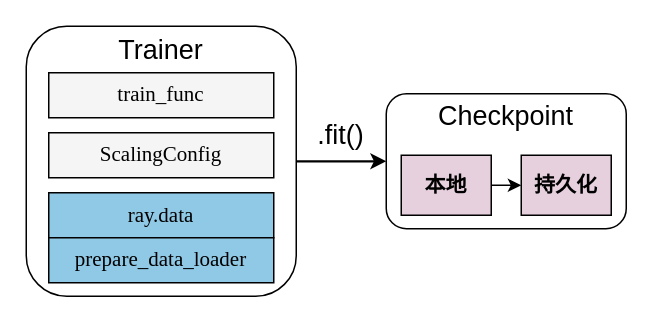
Before: drawio/ch-ray-train-tune/ray-train-key-parts.drawio in godaai/scale-py-zh, a draw.io diagram. Source tidied: cells renumbered, new cells numbered last; positions are measured from the earlier drawing's top-left corner, leaving out a move shared by most shapes. Both pictures are drawn from the tidied source at 150%, with x=0, y=0 at pixel (26, 26).
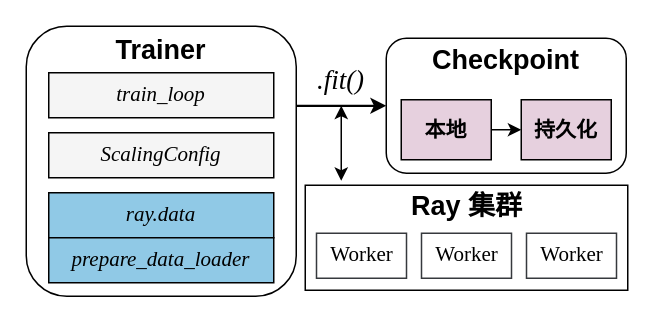
The same page after the edit.

Commit message (it also covers changes not shown here):
add Ray Train and Tune (#30)

The change refers to these unchanged cells:
```xml
<mxCell id="2" style="rounded=1;whiteSpace=wrap;html=1;fillColor=none;" parent="1" vertex="1">
  <mxGeometry width="180" height="180" as="geometry" />
</mxCell>
```

What changed in the source:
```diff
@@
-    <mxCell id="3" value="&lt;font style=&quot;font-size: 18px;&quot;&gt;Trainer&lt;/font&gt;" style="text;html=1;strokeColor=none;fillColor=none;align=center;verticalAlign=middle;whiteSpace=wrap;rounded=0;" parent="1" vertex="1">
+    <mxCell id="3" value="&lt;font style=&quot;font-size: 18px;&quot;&gt;&lt;b&gt;Trainer&lt;/b&gt;&lt;/font&gt;" style="text;html=1;strokeColor=none;fillColor=none;align=center;verticalAlign=middle;whiteSpace=wrap;rounded=0;" parent="1" vertex="1">
       <mxGeometry x="60" y="1" width="60" height="30" as="geometry" />
     </mxCell>
-    <mxCell id="4" value="&lt;font style=&quot;font-size: 14px;&quot; face=&quot;Garamond&quot;&gt;train_func&lt;/font&gt;" style="rounded=0;whiteSpace=wrap;html=1;fillColor=#F5F5F5;" parent="1" vertex="1">
+    <mxCell id="4" value="&lt;font style=&quot;font-size: 14px;&quot;&gt;train_loop&lt;/font&gt;" style="rounded=0;whiteSpace=wrap;html=1;fillColor=#F5F5F5;fontFamily=Garamond;fontStyle=2;" parent="1" vertex="1">
       <mxGeometry x="15" y="31" width="150" height="30" as="geometry" />
     </mxCell>
-    <mxCell id="5" value="&lt;font face=&quot;Garamond&quot; style=&quot;font-size: 14px;&quot;&gt;ScalingConfig&lt;/font&gt;" style="rounded=0;whiteSpace=wrap;html=1;fillColor=#F5F5F5;" parent="1" vertex="1">
+    <mxCell id="5" value="&lt;font style=&quot;font-size: 14px;&quot;&gt;ScalingConfig&lt;/font&gt;" style="rounded=0;whiteSpace=wrap;html=1;fillColor=#F5F5F5;fontFamily=Garamond;fontStyle=2;" parent="1" vertex="1">
       <mxGeometry x="15" y="71" width="150" height="30" as="geometry" />
     </mxCell>
-    <mxCell id="6" value="&lt;span style=&quot;font-size: 14px;&quot;&gt;&lt;font face=&quot;Garamond&quot;&gt;ray.data&lt;/font&gt;&lt;/span&gt;" style="rounded=0;whiteSpace=wrap;html=1;fillColor=#90C9E6;" parent="1" vertex="1">
+    <mxCell id="6" value="&lt;span style=&quot;font-size: 14px;&quot;&gt;&lt;font&gt;ray.data&lt;/font&gt;&lt;/span&gt;" style="rounded=0;whiteSpace=wrap;html=1;fillColor=#90C9E6;fontFamily=Garamond;fontStyle=2;" parent="1" vertex="1">
       <mxGeometry x="15" y="111" width="150" height="30" as="geometry" />
     </mxCell>
-    <mxCell id="7" value="&lt;font style=&quot;font-size: 14px;&quot; face=&quot;Garamond&quot;&gt;prepare_data_loader&lt;/font&gt;" style="rounded=0;whiteSpace=wrap;html=1;fillColor=#90C9E6;" parent="1" vertex="1">
+    <mxCell id="7" value="&lt;font style=&quot;font-size: 14px;&quot;&gt;prepare_data_loader&lt;/font&gt;" style="rounded=0;whiteSpace=wrap;html=1;fillColor=#90C9E6;fontFamily=Garamond;fontStyle=2;" parent="1" vertex="1">
       <mxGeometry x="15" y="141" width="150" height="30" as="geometry" />
     </mxCell>
     <mxCell id="8" style="rounded=1;whiteSpace=wrap;html=1;fillColor=none;" parent="1" vertex="1">
-      <mxGeometry x="240" y="45" width="160" height="90" as="geometry" />
+      <mxGeometry x="240" y="8" width="160" height="90" as="geometry" />
     </mxCell>
-    <mxCell id="9" style="endArrow=classic;html=1;rounded=0;exitX=1;exitY=0.5;exitDx=0;exitDy=0;entryX=0;entryY=0.5;entryDx=0;entryDy=0;entryPerimeter=0;strokeWidth=1.5;" parent="1" edge="1" source="2" target="8">
-      <mxGeometry relative="1" as="geometry" />
+    <mxCell id="9" style="endArrow=classic;html=1;rounded=0;exitX=1;exitY=0.5;exitDx=0;exitDy=0;entryX=0;entryY=0.5;entryDx=0;entryDy=0;entryPerimeter=0;strokeWidth=1.5;" parent="1" edge="1" target="8">
+      <mxGeometry relative="1" as="geometry">
+        <mxPoint x="180" y="53" as="sourcePoint" />
+      </mxGeometry>
     </mxCell>
-    <mxCell id="10" value="&lt;font style=&quot;font-size: 18px;&quot;&gt;.fit()&lt;/font&gt;" style="text;html=1;strokeColor=none;fillColor=none;align=center;verticalAlign=middle;whiteSpace=wrap;rounded=0;strokeWidth=1.5;" parent="1" vertex="1">
-      <mxGeometry x="180" y="58" width="60" height="30" as="geometry" />
+    <mxCell id="10" value="&lt;font face=&quot;Garamond&quot; style=&quot;font-size: 18px;&quot;&gt;&lt;i&gt;.fit()&lt;/i&gt;&lt;/font&gt;" style="text;html=1;strokeColor=none;fillColor=none;align=center;verticalAlign=middle;whiteSpace=wrap;rounded=0;strokeWidth=1.5;" parent="1" vertex="1">
+      <mxGeometry x="180" y="21" width="60" height="30" as="geometry" />
     </mxCell>
-    <mxCell id="11" value="Checkpoint" style="text;html=1;strokeColor=none;fillColor=none;align=center;verticalAlign=middle;whiteSpace=wrap;rounded=0;fontSize=18;" parent="1" vertex="1">
-      <mxGeometry x="290" y="45" width="60" height="30" as="geometry" />
+    <mxCell id="11" value="&lt;b&gt;Checkpoint&lt;/b&gt;" style="text;html=1;strokeColor=none;fillColor=none;align=center;verticalAlign=middle;whiteSpace=wrap;rounded=0;fontSize=18;" parent="1" vertex="1">
+      <mxGeometry x="290" y="8" width="60" height="30" as="geometry" />
     </mxCell>
     <mxCell id="12" value="&lt;b&gt;&lt;font style=&quot;font-size: 14px;&quot;&gt;本地&lt;/font&gt;&lt;/b&gt;" style="rounded=0;whiteSpace=wrap;html=1;fillColor=#E6D0DE;" parent="1" vertex="1">
-      <mxGeometry x="250" y="86" width="60" height="40" as="geometry" />
+      <mxGeometry x="250" y="49" width="60" height="40" as="geometry" />
     </mxCell>
     <mxCell id="13" value="&lt;span style=&quot;font-size: 14px;&quot;&gt;&lt;b&gt;持久化&lt;/b&gt;&lt;/span&gt;" style="rounded=0;whiteSpace=wrap;html=1;fillColor=#E6D0DE;" parent="1" vertex="1">
-      <mxGeometry x="330" y="86" width="60" height="40" as="geometry" />
+      <mxGeometry x="330" y="49" width="60" height="40" as="geometry" />
     </mxCell>
@@
+    <mxCell id="15" style="rounded=0;whiteSpace=wrap;html=1;fillColor=none;" parent="1" vertex="1">
+      <mxGeometry x="186" y="106" width="215" height="70" as="geometry" />
+    </mxCell>
+    <mxCell id="16" value="&lt;span style=&quot;font-size: 18px;&quot;&gt;&lt;b&gt;Ray 集群&lt;/b&gt;&lt;/span&gt;" style="text;html=1;strokeColor=none;fillColor=none;align=center;verticalAlign=middle;whiteSpace=wrap;rounded=0;" parent="1" vertex="1">
+      <mxGeometry x="253.5" y="105" width="80" height="30" as="geometry" />
+    </mxCell>
+    <mxCell id="17" value="Worker" style="rounded=0;whiteSpace=wrap;html=1;fontSize=14;fillColor=none;strokeColor=#36393d;fontFamily=Times New Roman;" parent="1" vertex="1">
+      <mxGeometry x="193.5" y="138" width="60" height="30" as="geometry" />
+    </mxCell>
+    <mxCell id="18" value="Worker" style="rounded=0;whiteSpace=wrap;html=1;fontSize=14;fillColor=none;strokeColor=#36393d;fontFamily=Times New Roman;" parent="1" vertex="1">
+      <mxGeometry x="263.5" y="138" width="60" height="30" as="geometry" />
+    </mxCell>
+    <mxCell id="19" value="Worker" style="rounded=0;whiteSpace=wrap;html=1;fontSize=14;fillColor=none;strokeColor=#36393d;fontFamily=Times New Roman;" parent="1" vertex="1">
+      <mxGeometry x="333.5" y="138" width="60" height="30" as="geometry" />
+    </mxCell>
+    <mxCell id="20" style="endArrow=classic;startArrow=classic;html=1;rounded=0;" parent="1" edge="1">
+      <mxGeometry relative="1" as="geometry">
+        <mxPoint x="210" y="103" as="sourcePoint" />
+        <mxPoint x="210" y="53" as="targetPoint" />
+      </mxGeometry>
+    </mxCell>
```
